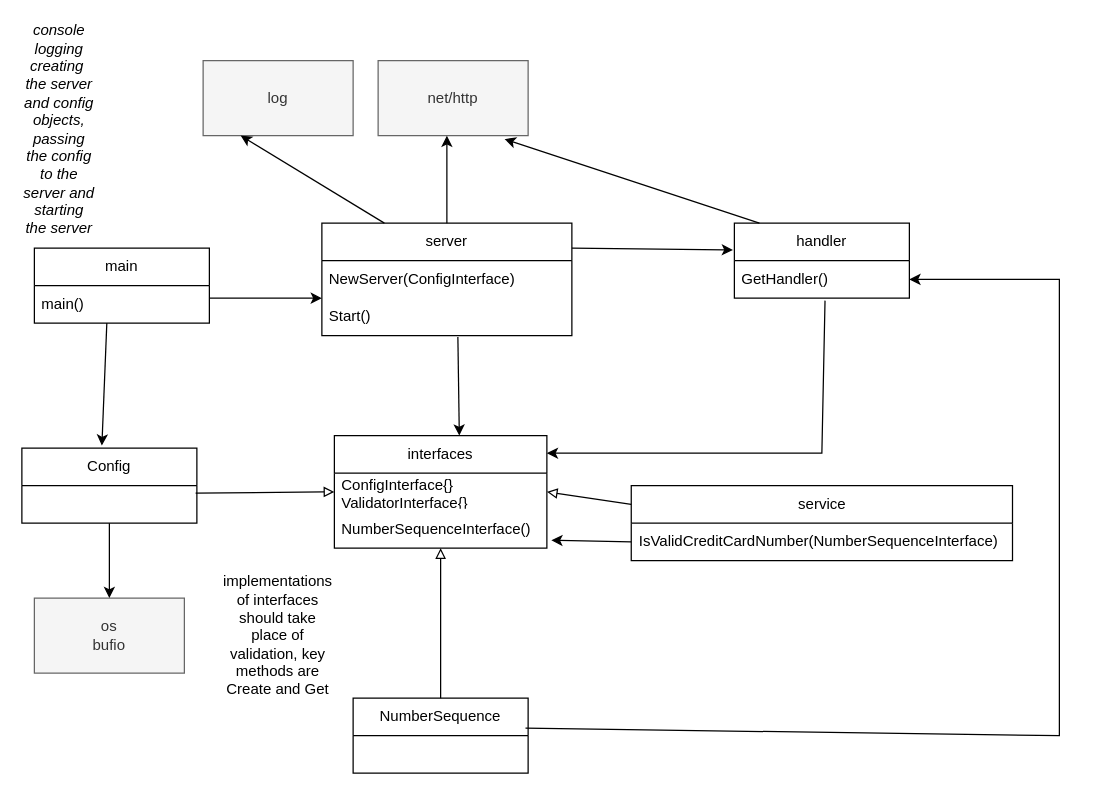
Above: class-diagram.drawio in Wirt4/luhn-credit-card-validator (draw.io), before the change. Source tidied: cells renumbered, new cells numbered last; positions are measured from the earlier drawing's top-left corner, leaving out a move shared by most shapes. Both pictures are drawn from the tidied source at 125%, with x=0, y=0 at pixel (21, 60).
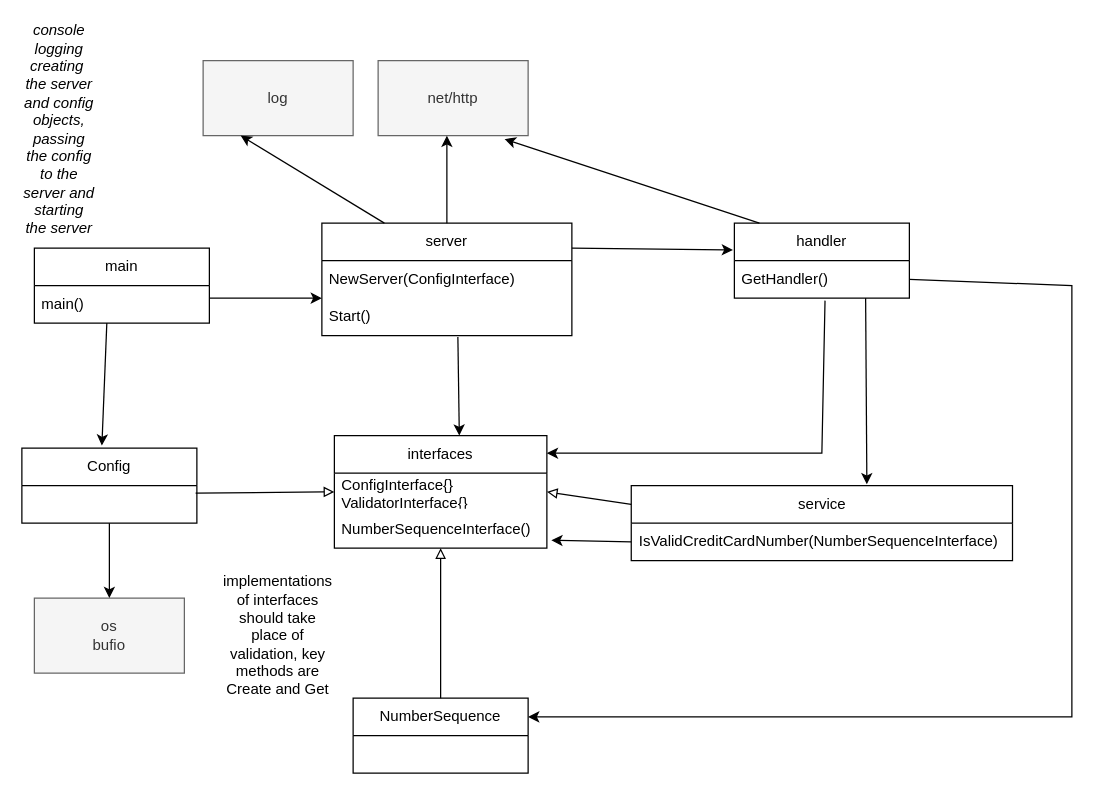
Above is the later version.

Commit message:
update class diagram

Unchanged cells that the change refers to:
```xml
<mxCell id="15" value="GetHandler()" style="text;strokeColor=none;fillColor=none;align=left;verticalAlign=middle;spacingLeft=4;spacingRight=4;overflow=hidden;points=[[0,0.5],[1,0.5]];portConstraint=eastwest;whiteSpace=wrap;html=1;" parent="14" vertex="1">
  <mxGeometry y="30" width="140" height="30" as="geometry" />
</mxCell>
<mxCell id="16" value="service" style="swimlane;fontStyle=0;horizontal=1;startSize=30;whiteSpace=wrap;html=1;" parent="1" vertex="1">
  <mxGeometry x="487.5" y="340" width="305" height="60" as="geometry" />
</mxCell>
<mxCell id="20" value="NumberSequence" style="swimlane;fontStyle=0;horizontal=1;startSize=30;whiteSpace=wrap;html=1;" parent="1" vertex="1">
  <mxGeometry x="265" y="510" width="140" height="60" as="geometry" />
</mxCell>
```

Diff of the diagram source:
```diff
@@
-    <mxCell id="23" style="endArrow=classic;html=1;rounded=0;entryX=1;entryY=0.5;entryDx=0;entryDy=0;exitX=0.985;exitY=0.401;exitDx=0;exitDy=0;exitPerimeter=0;" parent="1" edge="1" source="20" target="15">
-      <mxGeometry relative="1" as="geometry">
-        <Array as="points">
-          <mxPoint x="830" y="540" />
-          <mxPoint x="830" y="175" />
-        </Array>
-      </mxGeometry>
-    </mxCell>
@@
+    <mxCell id="35" style="endArrow=classic;html=1;rounded=0;exitX=0.75;exitY=1;exitDx=0;exitDy=0;exitPerimeter=0;entryX=0.618;entryY=-0.017;entryDx=0;entryDy=0;entryPerimeter=0;" parent="1" edge="1" source="15" target="16">
+      <mxGeometry relative="1" as="geometry" />
+    </mxCell>
+    <mxCell id="36" style="endArrow=classic;html=1;rounded=0;entryX=1;entryY=0.25;entryDx=0;entryDy=0;exitX=1;exitY=0.5;exitDx=0;exitDy=0;" parent="1" edge="1" source="15" target="20">
+      <mxGeometry relative="1" as="geometry">
+        <Array as="points">
+          <mxPoint x="840" y="180" />
+          <mxPoint x="840" y="525" />
+        </Array>
+      </mxGeometry>
+    </mxCell>
```
